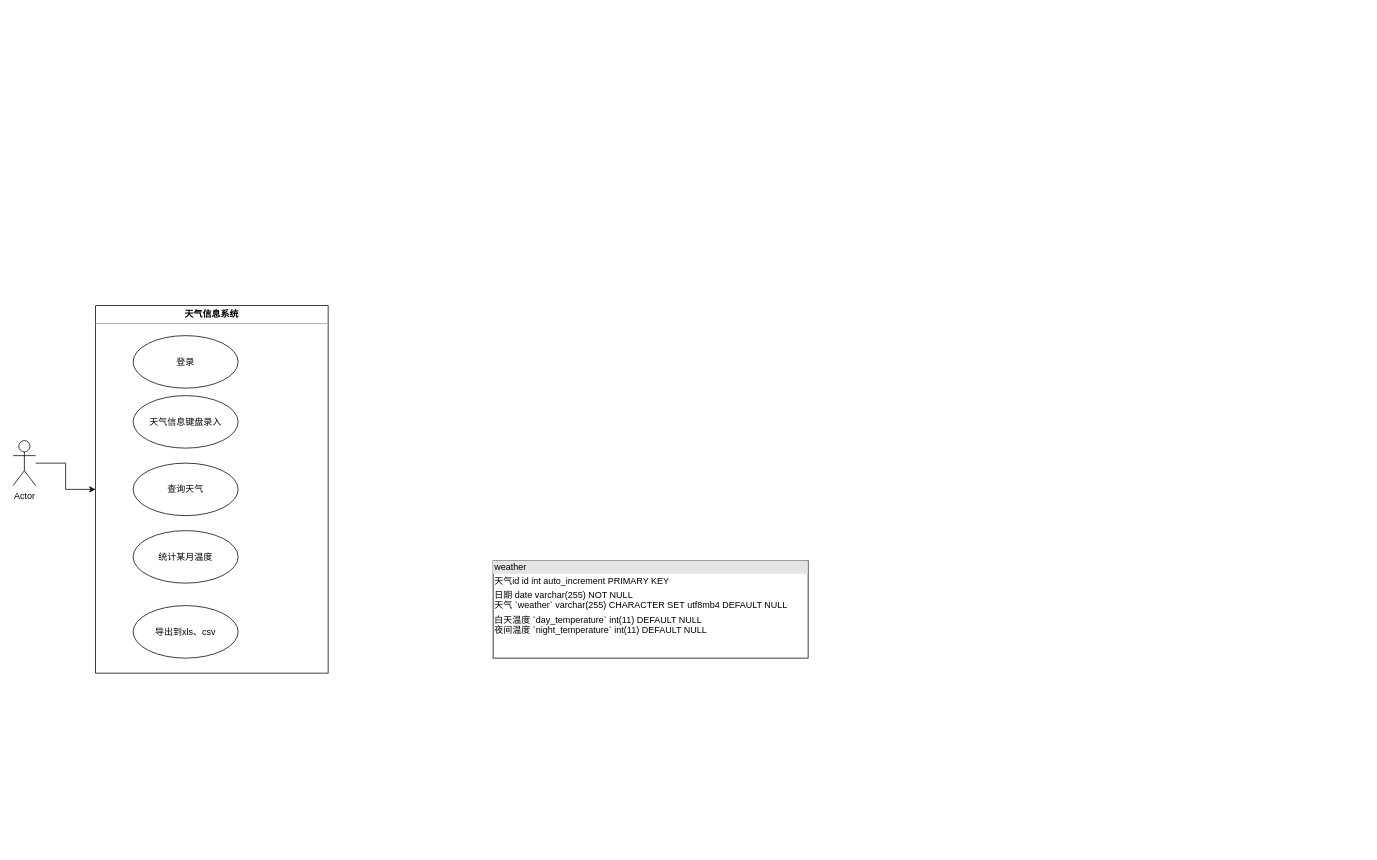
Above: Untitled Diagram.drawio in DayoWong0/Android (draw.io), before the change. Source tidied: cells renumbered, new cells numbered last; positions are measured from the earlier drawing's top-left corner, leaving out a move shared by most shapes. Both pictures are drawn from the tidied source at 75%, with x=0, y=0 at pixel (13, 305).
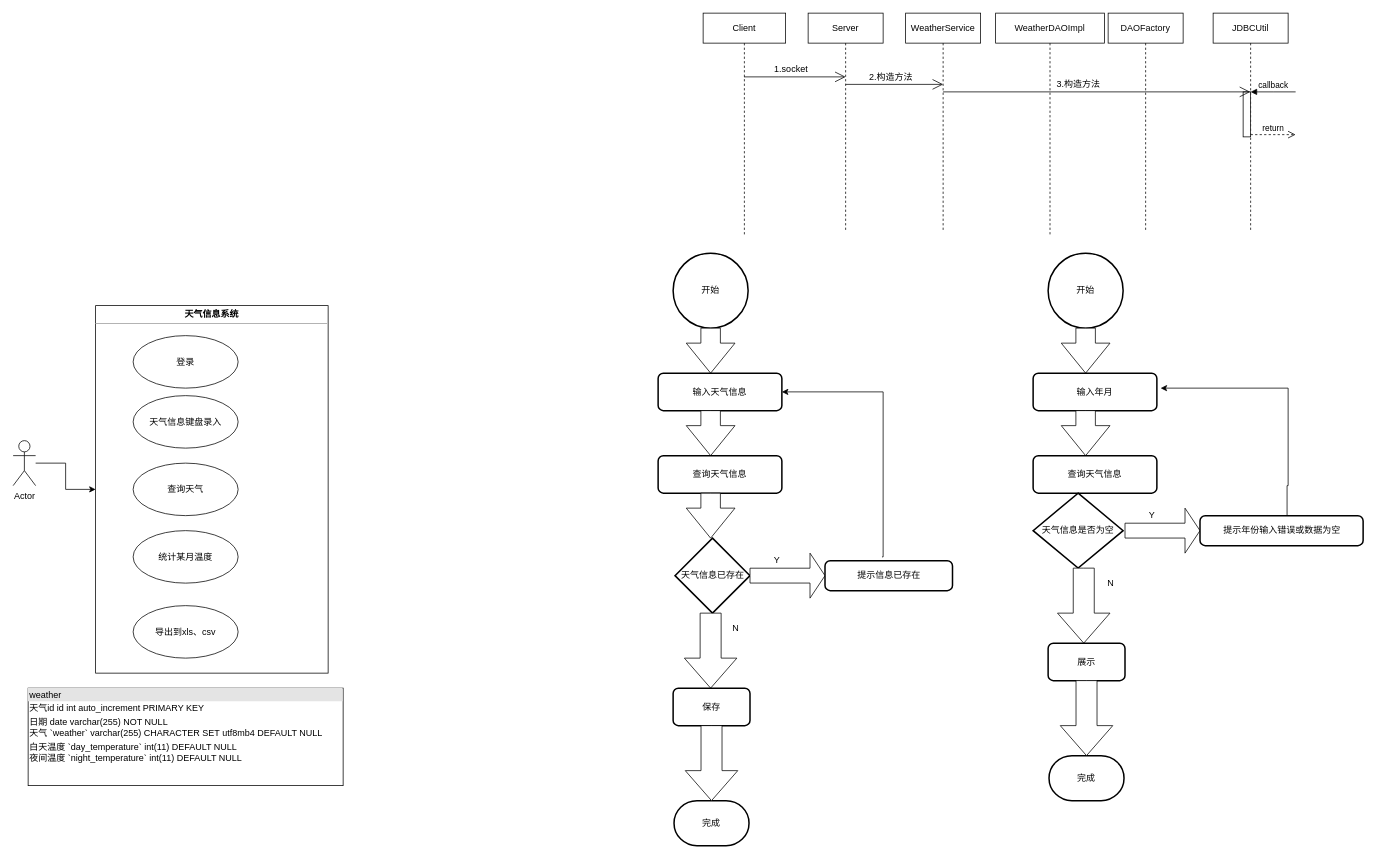
The same page after the edit.

Diff of the diagram source:
```diff
@@
     <mxCell id="10" value="&lt;div style=&quot;box-sizing:border-box;width:100%;background:#e4e4e4;padding:2px;&quot;&gt;weather&lt;/div&gt;&lt;table style=&quot;width:100%;font-size:1em;&quot; cellpadding=&quot;2&quot; cellspacing=&quot;0&quot;&gt;&lt;tbody&gt;&lt;tr&gt;&lt;td&gt;天气id&amp;nbsp;id int auto_increment&amp;nbsp;PRIMARY KEY&lt;/td&gt;&lt;td&gt;&lt;br&gt;&lt;/td&gt;&lt;/tr&gt;&lt;tr&gt;&lt;td&gt;日期 date varchar(255) NOT NULL&lt;br&gt;天气&amp;nbsp;`weather` varchar(255) CHARACTER SET utf8mb4 DEFAULT NULL&lt;br&gt;&lt;/td&gt;&lt;td&gt;&lt;br&gt;&lt;/td&gt;&lt;/tr&gt;&lt;tr&gt;&lt;td&gt;白天温度&amp;nbsp;`day_temperature` int(11) DEFAULT NULL&lt;br&gt;夜间温度&amp;nbsp;`night_temperature` int(11) DEFAULT NULL&lt;/td&gt;&lt;td&gt;&lt;br&gt;&lt;/td&gt;&lt;/tr&gt;&lt;/tbody&gt;&lt;/table&gt;" style="verticalAlign=top;align=left;overflow=fill;html=1;" parent="1" vertex="1">
-      <mxGeometry x="640" y="340" width="420" height="130" as="geometry" />
+      <mxGeometry x="20" y="510" width="420" height="130" as="geometry" />
     </mxCell>
+    <mxCell id="11" value="Client" style="shape=umlLifeline;perimeter=lifelinePerimeter;whiteSpace=wrap;html=1;outlineConnect=0;" parent="1" vertex="1">
+      <mxGeometry x="920" y="-390" width="110" height="295" as="geometry" />
+    </mxCell>
+    <mxCell id="12" value="Server" style="shape=umlLifeline;perimeter=lifelinePerimeter;whiteSpace=wrap;html=1;" parent="1" vertex="1">
+      <mxGeometry x="1060" y="-390" width="100" height="290" as="geometry" />
+    </mxCell>
+    <mxCell id="13" style="endArrow=open;endFill=1;endSize=12;html=1;rounded=0;" parent="12" edge="1" source="11">
+      <mxGeometry relative="1" as="geometry">
+        <mxPoint x="50" y="85" as="targetPoint" />
+        <Array as="points">
+          <mxPoint x="-40" y="85" />
+        </Array>
+      </mxGeometry>
+    </mxCell>
+    <mxCell id="14" value="&lt;pre style=&quot;font-size: 9pt; background-color: rgb(255, 255, 255); color: rgb(8, 8, 8); font-family: &amp;quot;Microsoft YaHei UI&amp;quot;;&quot;&gt;WeatherDAOImpl&lt;/pre&gt;" style="shape=umlLifeline;perimeter=lifelinePerimeter;whiteSpace=wrap;html=1;" parent="1" vertex="1">
+      <mxGeometry x="1310" y="-390" width="145" height="295" as="geometry" />
+    </mxCell>
+    <mxCell id="15" value="3.构造方法" style="text;html=1;align=center;verticalAlign=middle;strokeColor=none;fillColor=none;" parent="14" vertex="1">
+      <mxGeometry x="75" y="85" width="70" height="20" as="geometry" />
+    </mxCell>
+    <mxCell id="16" value="&lt;pre style=&quot;font-size: 9pt; background-color: rgb(255, 255, 255); color: rgb(8, 8, 8); font-family: &amp;quot;Microsoft YaHei UI&amp;quot;;&quot;&gt;DAOFactory&lt;/pre&gt;" style="shape=umlLifeline;perimeter=lifelinePerimeter;whiteSpace=wrap;html=1;" parent="1" vertex="1">
+      <mxGeometry x="1460" y="-390" width="100" height="290" as="geometry" />
+    </mxCell>
+    <mxCell id="17" value="&lt;pre style=&quot;font-size: 9pt; background-color: rgb(255, 255, 255); color: rgb(8, 8, 8); font-family: &amp;quot;Microsoft YaHei UI&amp;quot;;&quot;&gt;JDBCUtil&lt;/pre&gt;" style="shape=umlLifeline;perimeter=lifelinePerimeter;whiteSpace=wrap;html=1;outlineConnect=0;" parent="1" vertex="1">
+      <mxGeometry x="1600" y="-390" width="100" height="290" as="geometry" />
+    </mxCell>
+    <mxCell id="18" style="html=1;points=[];perimeter=orthogonalPerimeter;" parent="17" vertex="1">
+      <mxGeometry x="40" y="105" width="10" height="60" as="geometry" />
+    </mxCell>
+    <mxCell id="19" value="callback" style="html=1;verticalAlign=bottom;endArrow=block;entryX=1;entryY=0;rounded=0;" parent="17" edge="1" target="18">
+      <mxGeometry relative="1" as="geometry">
+        <mxPoint x="110" y="105" as="sourcePoint" />
+        <Array as="points">
+          <mxPoint x="80" y="105" />
+          <mxPoint x="60" y="105" />
+        </Array>
+      </mxGeometry>
+    </mxCell>
+    <mxCell id="20" value="return" style="html=1;verticalAlign=bottom;endArrow=open;dashed=1;endSize=8;exitX=1;exitY=0.95;rounded=0;" parent="17" edge="1" source="18">
+      <mxGeometry relative="1" as="geometry">
+        <mxPoint x="110" y="162" as="targetPoint" />
+      </mxGeometry>
+    </mxCell>
+    <mxCell id="21" value="WeatherService&lt;br&gt;" style="shape=umlLifeline;perimeter=lifelinePerimeter;whiteSpace=wrap;html=1;" parent="1" vertex="1">
+      <mxGeometry x="1190" y="-390" width="100" height="290" as="geometry" />
+    </mxCell>
+    <mxCell id="22" style="endArrow=open;endFill=1;endSize=12;html=1;rounded=0;" parent="1" edge="1">
+      <mxGeometry relative="1" as="geometry">
+        <mxPoint x="1110" y="-295" as="sourcePoint" />
+        <mxPoint x="1240" y="-295" as="targetPoint" />
+      </mxGeometry>
+    </mxCell>
+    <mxCell id="23" value="1.socket" style="text;html=1;align=center;verticalAlign=middle;strokeColor=none;fillColor=none;" parent="1" vertex="1">
+      <mxGeometry x="1007" y="-325" width="60" height="20" as="geometry" />
+    </mxCell>
+    <mxCell id="24" value="2.构造方法" style="text;html=1;align=center;verticalAlign=middle;strokeColor=none;fillColor=none;" parent="1" vertex="1">
+      <mxGeometry x="1135" y="-315" width="70" height="20" as="geometry" />
+    </mxCell>
+    <mxCell id="25" style="endArrow=open;endFill=1;endSize=12;html=1;rounded=0;" parent="1" edge="1" target="17">
+      <mxGeometry relative="1" as="geometry">
+        <mxPoint x="1240" y="-285" as="sourcePoint" />
+      </mxGeometry>
+    </mxCell>
+    <mxCell id="26" value="开始" style="strokeWidth=2;html=1;shape=mxgraph.flowchart.start_2;whiteSpace=wrap;" parent="1" vertex="1">
+      <mxGeometry x="880" y="-70" width="100" height="100" as="geometry" />
+    </mxCell>
+    <mxCell id="27" style="html=1;shadow=0;dashed=0;align=center;verticalAlign=middle;shape=mxgraph.arrows2.arrow;dy=0.6;dx=40;direction=south;notch=0;" parent="1" vertex="1">
+      <mxGeometry x="897.5" y="30" width="65" height="60" as="geometry" />
+    </mxCell>
+    <mxCell id="28" value="输入天气信息" style="rounded=1;whiteSpace=wrap;html=1;absoluteArcSize=1;arcSize=14;strokeWidth=2;" parent="1" vertex="1">
+      <mxGeometry x="860" y="90" width="165" height="50" as="geometry" />
+    </mxCell>
+    <mxCell id="29" style="html=1;shadow=0;dashed=0;align=center;verticalAlign=middle;shape=mxgraph.arrows2.arrow;dy=0.6;dx=40;direction=south;notch=0;" parent="1" vertex="1">
+      <mxGeometry x="897.5" y="140" width="65" height="60" as="geometry" />
+    </mxCell>
+    <mxCell id="30" value="查询天气信息" style="rounded=1;whiteSpace=wrap;html=1;absoluteArcSize=1;arcSize=14;strokeWidth=2;" parent="1" vertex="1">
+      <mxGeometry x="860" y="200" width="165" height="50" as="geometry" />
+    </mxCell>
+    <mxCell id="31" style="html=1;shadow=0;dashed=0;align=center;verticalAlign=middle;shape=mxgraph.arrows2.arrow;dy=0.6;dx=40;direction=south;notch=0;" parent="1" vertex="1">
+      <mxGeometry x="897.5" y="250" width="65" height="60" as="geometry" />
+    </mxCell>
+    <mxCell id="32" value="天气信息已存在" style="strokeWidth=2;html=1;shape=mxgraph.flowchart.decision;whiteSpace=wrap;" parent="1" vertex="1">
+      <mxGeometry x="882.5" y="310" width="100" height="100" as="geometry" />
+    </mxCell>
+    <mxCell id="33" style="html=1;shadow=0;dashed=0;align=center;verticalAlign=middle;shape=mxgraph.arrows2.arrow;dy=0.67;dx=20;notch=0;" parent="1" vertex="1">
+      <mxGeometry x="982.5" y="330" width="100" height="60" as="geometry" />
+    </mxCell>
+    <mxCell id="34" value="Y" style="text;html=1;align=center;verticalAlign=middle;strokeColor=none;fillColor=none;" parent="1" vertex="1">
+      <mxGeometry x="1007.5" y="330" width="20" height="20" as="geometry" />
+    </mxCell>
+    <mxCell id="35" value="提示信息已存在" style="rounded=1;whiteSpace=wrap;html=1;absoluteArcSize=1;arcSize=14;strokeWidth=2;" parent="1" vertex="1">
+      <mxGeometry x="1082.5" y="340" width="170" height="40" as="geometry" />
+    </mxCell>
+    <mxCell id="36" style="edgeStyle=segmentEdgeStyle;endArrow=classic;html=1;rounded=0;exitX=0.447;exitY=-0.125;exitDx=0;exitDy=0;exitPerimeter=0;entryX=1;entryY=0.5;entryDx=0;entryDy=0;" parent="1" edge="1" source="35" target="28">
+      <mxGeometry relative="1" as="geometry">
+        <Array as="points">
+          <mxPoint x="1160" y="335" />
+          <mxPoint x="1160" y="115" />
+        </Array>
+      </mxGeometry>
+    </mxCell>
+    <mxCell id="37" style="html=1;shadow=0;dashed=0;align=center;verticalAlign=middle;shape=mxgraph.arrows2.arrow;dy=0.6;dx=40;direction=south;notch=0;" parent="1" vertex="1">
+      <mxGeometry x="895" y="410" width="70" height="100" as="geometry" />
+    </mxCell>
+    <mxCell id="38" value="N" style="text;html=1;align=center;verticalAlign=middle;strokeColor=none;fillColor=none;" parent="1" vertex="1">
+      <mxGeometry x="952.5" y="420" width="20" height="20" as="geometry" />
+    </mxCell>
+    <mxCell id="39" value="保存" style="rounded=1;whiteSpace=wrap;html=1;absoluteArcSize=1;arcSize=14;strokeWidth=2;" parent="1" vertex="1">
+      <mxGeometry x="880" y="510" width="102.5" height="50" as="geometry" />
+    </mxCell>
+    <mxCell id="40" value="完成" style="strokeWidth=2;html=1;shape=mxgraph.flowchart.terminator;whiteSpace=wrap;" parent="1" vertex="1">
+      <mxGeometry x="881.2" y="660" width="100" height="60" as="geometry" />
+    </mxCell>
+    <mxCell id="41" style="html=1;shadow=0;dashed=0;align=center;verticalAlign=middle;shape=mxgraph.arrows2.arrow;dy=0.6;dx=40;direction=south;notch=0;" parent="1" vertex="1">
+      <mxGeometry x="896.2" y="560" width="70" height="100" as="geometry" />
+    </mxCell>
+    <mxCell id="42" value="开始" style="strokeWidth=2;html=1;shape=mxgraph.flowchart.start_2;whiteSpace=wrap;" parent="1" vertex="1">
+      <mxGeometry x="1380" y="-70" width="100" height="100" as="geometry" />
+    </mxCell>
+    <mxCell id="43" style="html=1;shadow=0;dashed=0;align=center;verticalAlign=middle;shape=mxgraph.arrows2.arrow;dy=0.6;dx=40;direction=south;notch=0;" parent="1" vertex="1">
+      <mxGeometry x="1397.5" y="30" width="65" height="60" as="geometry" />
+    </mxCell>
+    <mxCell id="44" value="输入年月" style="rounded=1;whiteSpace=wrap;html=1;absoluteArcSize=1;arcSize=14;strokeWidth=2;" parent="1" vertex="1">
+      <mxGeometry x="1360" y="90" width="165" height="50" as="geometry" />
+    </mxCell>
+    <mxCell id="45" style="html=1;shadow=0;dashed=0;align=center;verticalAlign=middle;shape=mxgraph.arrows2.arrow;dy=0.6;dx=40;direction=south;notch=0;" parent="1" vertex="1">
+      <mxGeometry x="1397.5" y="140" width="65" height="60" as="geometry" />
+    </mxCell>
+    <mxCell id="46" value="查询天气信息" style="rounded=1;whiteSpace=wrap;html=1;absoluteArcSize=1;arcSize=14;strokeWidth=2;" parent="1" vertex="1">
+      <mxGeometry x="1360" y="200" width="165" height="50" as="geometry" />
+    </mxCell>
+    <mxCell id="47" value="天气信息是否为空" style="strokeWidth=2;html=1;shape=mxgraph.flowchart.decision;whiteSpace=wrap;" parent="1" vertex="1">
+      <mxGeometry x="1360" y="250" width="120" height="100" as="geometry" />
+    </mxCell>
+    <mxCell id="48" style="html=1;shadow=0;dashed=0;align=center;verticalAlign=middle;shape=mxgraph.arrows2.arrow;dy=0.67;dx=20;notch=0;" parent="1" vertex="1">
+      <mxGeometry x="1482.5" y="270" width="100" height="60" as="geometry" />
+    </mxCell>
+    <mxCell id="49" value="Y" style="text;html=1;align=center;verticalAlign=middle;strokeColor=none;fillColor=none;" parent="1" vertex="1">
+      <mxGeometry x="1507.5" y="270" width="20" height="20" as="geometry" />
+    </mxCell>
+    <mxCell id="50" value="提示年份输入错误或数据为空" style="rounded=1;whiteSpace=wrap;html=1;absoluteArcSize=1;arcSize=14;strokeWidth=2;" parent="1" vertex="1">
+      <mxGeometry x="1582.5" y="280" width="217.5" height="40" as="geometry" />
+    </mxCell>
+    <mxCell id="51" style="html=1;shadow=0;dashed=0;align=center;verticalAlign=middle;shape=mxgraph.arrows2.arrow;dy=0.6;dx=40;direction=south;notch=0;" parent="1" vertex="1">
+      <mxGeometry x="1392.5" y="350" width="70" height="100" as="geometry" />
+    </mxCell>
+    <mxCell id="52" value="N" style="text;html=1;align=center;verticalAlign=middle;strokeColor=none;fillColor=none;" parent="1" vertex="1">
+      <mxGeometry x="1452.5" y="360" width="20" height="20" as="geometry" />
+    </mxCell>
+    <mxCell id="53" value="展示" style="rounded=1;whiteSpace=wrap;html=1;absoluteArcSize=1;arcSize=14;strokeWidth=2;" parent="1" vertex="1">
+      <mxGeometry x="1380" y="450" width="102.5" height="50" as="geometry" />
+    </mxCell>
+    <mxCell id="54" value="完成" style="strokeWidth=2;html=1;shape=mxgraph.flowchart.terminator;whiteSpace=wrap;" parent="1" vertex="1">
+      <mxGeometry x="1381.2" y="600" width="100" height="60" as="geometry" />
+    </mxCell>
+    <mxCell id="55" style="html=1;shadow=0;dashed=0;align=center;verticalAlign=middle;shape=mxgraph.arrows2.arrow;dy=0.6;dx=40;direction=south;notch=0;" parent="1" vertex="1">
+      <mxGeometry x="1396.2" y="500" width="70" height="100" as="geometry" />
+    </mxCell>
+    <mxCell id="56" style="edgeStyle=segmentEdgeStyle;endArrow=classic;html=1;rounded=0;exitX=0.447;exitY=-0.125;exitDx=0;exitDy=0;exitPerimeter=0;" parent="1" edge="1">
+      <mxGeometry relative="1" as="geometry">
+        <mxPoint x="1698.6" y="280" as="sourcePoint" />
+        <mxPoint x="1530" y="110" as="targetPoint" />
+        <Array as="points">
+          <mxPoint x="1699" y="240" />
+          <mxPoint x="1700" y="240" />
+          <mxPoint x="1700" y="110" />
+        </Array>
+      </mxGeometry>
+    </mxCell>
```
